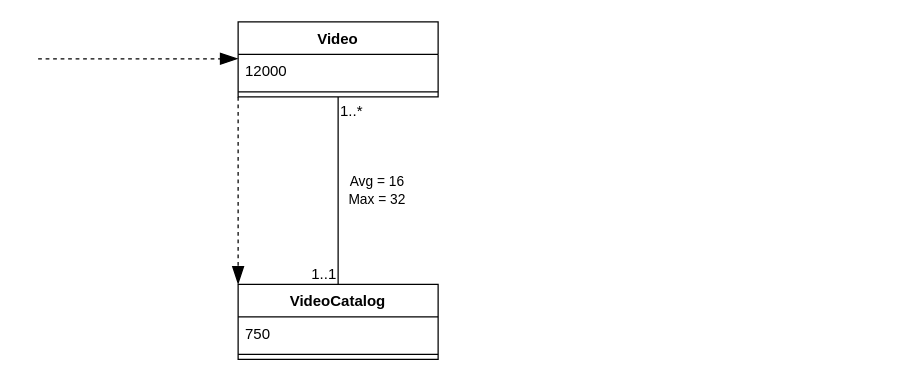
Above: page "Page-1" (1 of 3) of analysis_form.drawio in jilv220/UMLs (draw.io), before the change. Source tidied: cells renumbered, new cells numbered last; positions are measured from the earlier drawing's top-left corner, leaving out a move shared by most shapes. Both pictures are drawn from the tidied source at 125%, with x=0, y=0 at pixel (38, 21).
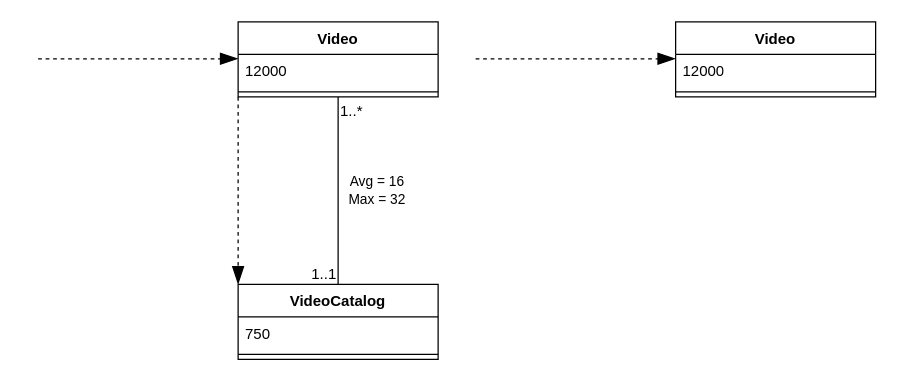
After the change.

The edit, as a diff of the source:
```diff
@@
+    <mxCell id="14" value="Video" style="swimlane;fontStyle=1;align=center;verticalAlign=top;horizontal=1;startSize=26;whiteSpace=wrap;html=1;" parent="1" vertex="1">
+      <mxGeometry x="510" width="160" height="60" as="geometry" />
+    </mxCell>
+    <mxCell id="15" value="12000" style="text;strokeColor=none;fillColor=none;align=left;verticalAlign=top;spacingLeft=4;spacingRight=4;overflow=hidden;whiteSpace=wrap;html=1;" parent="14" vertex="1">
+      <mxGeometry y="26" width="160" height="26" as="geometry" />
+    </mxCell>
+    <mxCell id="16" style="line;strokeWidth=1;fillColor=none;align=left;verticalAlign=middle;spacingTop=-1;spacingLeft=3;spacingRight=3;labelPosition=right;strokeColor=inherit;" parent="14" vertex="1">
+      <mxGeometry y="52" width="160" height="8" as="geometry" />
+    </mxCell>
+    <mxCell id="17" style="endArrow=blockThin;dashed=1;endFill=1;endSize=12;html=1;rounded=0;" parent="1" edge="1">
+      <mxGeometry relative="1" as="geometry">
+        <mxPoint x="350" y="29.5" as="sourcePoint" />
+        <mxPoint x="510" y="29.5" as="targetPoint" />
+      </mxGeometry>
+    </mxCell>
```
